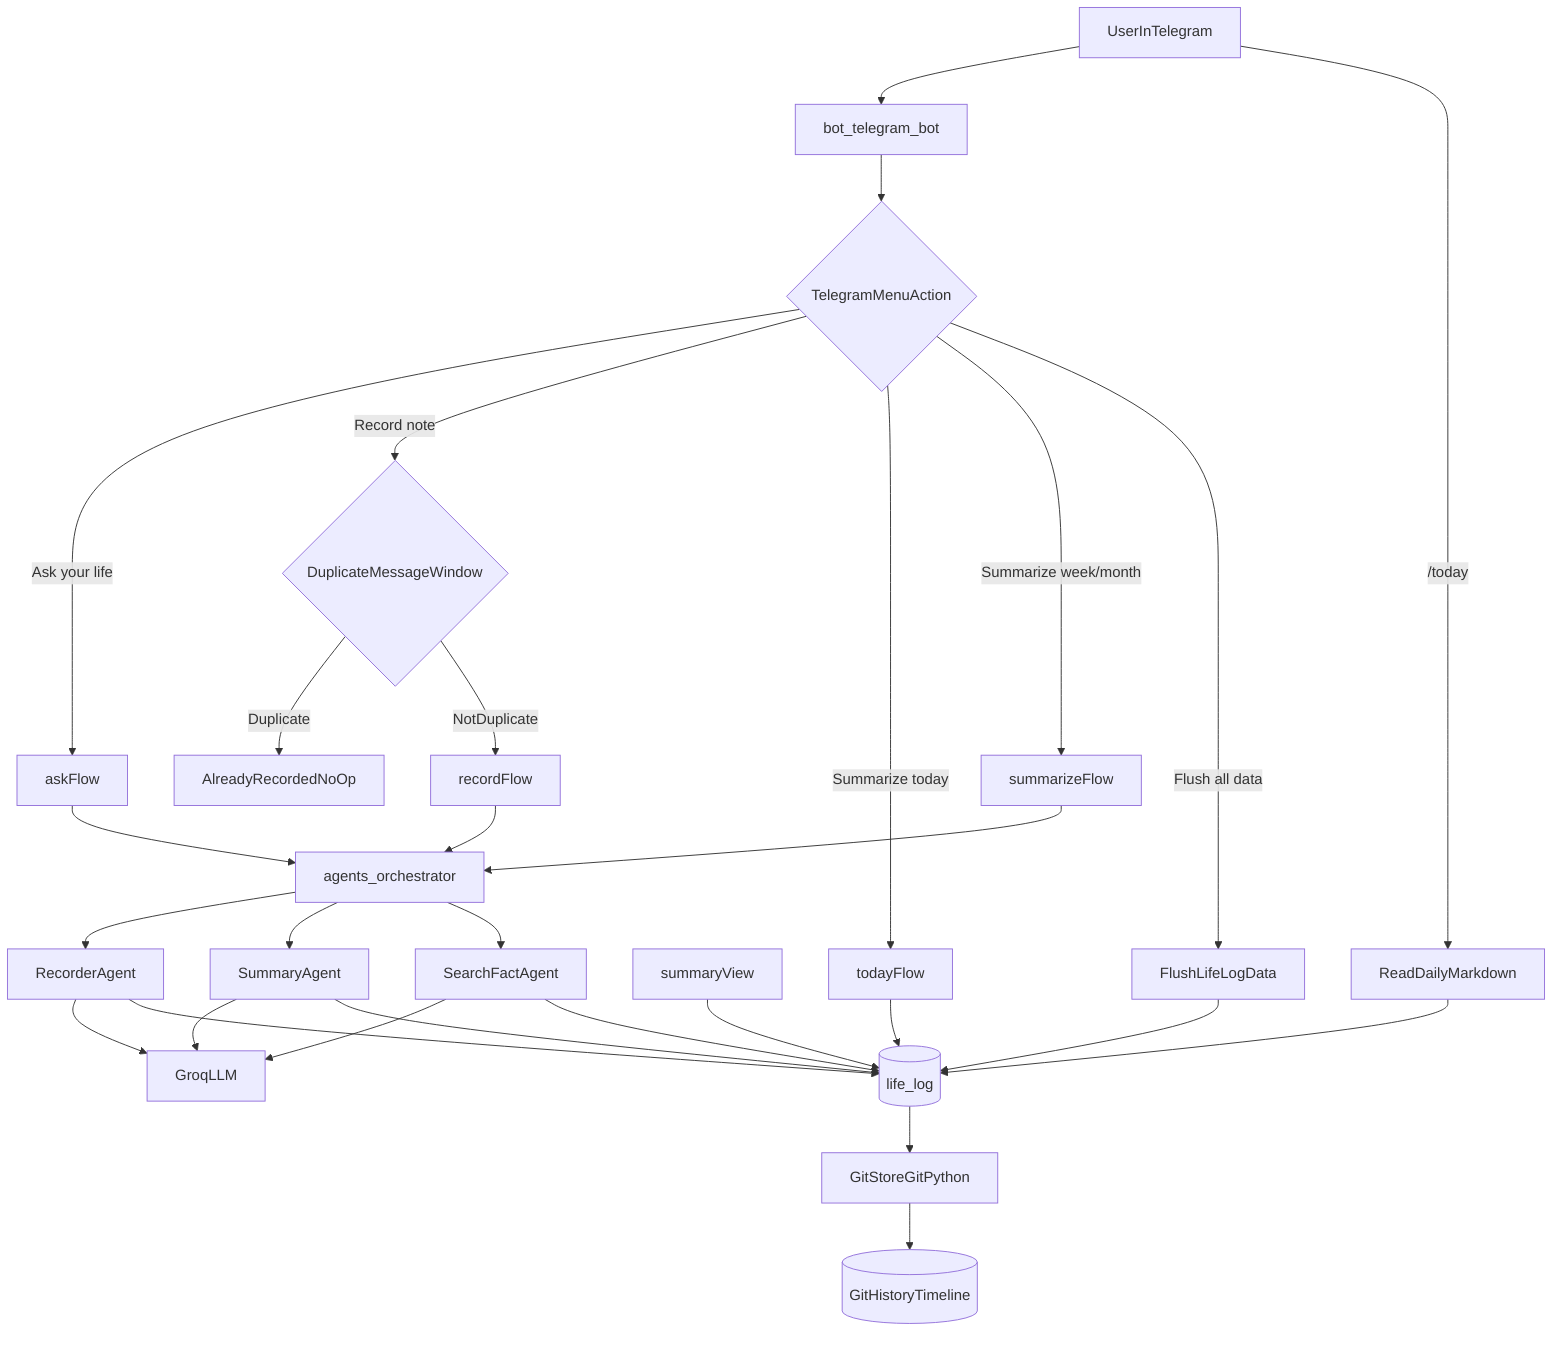
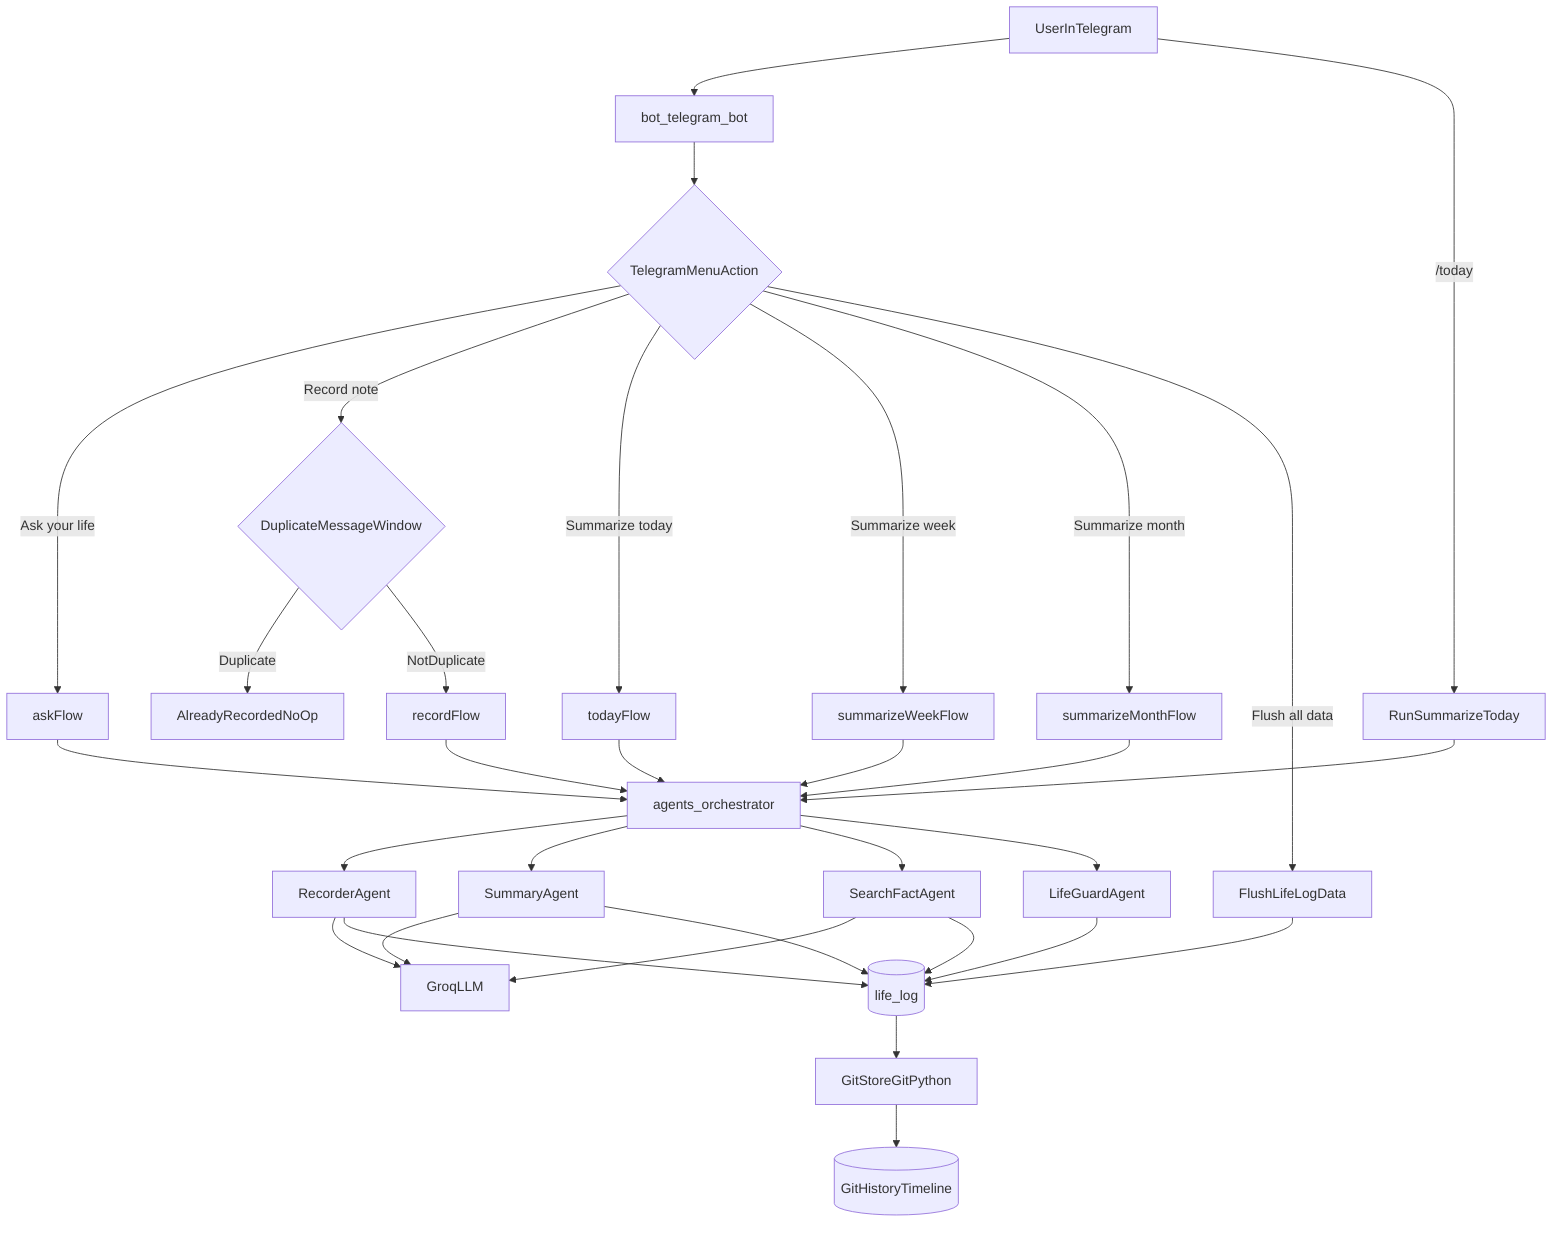
flowchart TD
  tgUser[UserInTelegram] --> tg[bot_telegram_bot]
  tg --> tgNav{TelegramMenuAction}
-   tgUser -->|/today| dailyView[ReadDailyMarkdown]
+   tgUser -->|/today| todayCmd[RunSummarizeToday]
  tgNav -->|Ask your life| askFlow
  tgNav -->|Record note| dedupe{DuplicateMessageWindow}
  dedupe -->|Duplicate| dedupeReturn[AlreadyRecordedNoOp]
  dedupe -->|NotDuplicate| recordFlow
  tgNav -->|Summarize today| todayFlow
-   tgNav -->|Summarize week/month| summarizeFlow
+   tgNav -->|Summarize week| summarizeWeekFlow
+   tgNav -->|Summarize month| summarizeMonthFlow
  tgNav -->|Flush all data| flushFlow[FlushLifeLogData]

-   dailyView --> storage[(life_log)]
-   summaryView --> storage
-   todayFlow --> storage
+   todayCmd --> orchestrator
  flushFlow --> storage

  askFlow --> orchestrator[agents_orchestrator]
  recordFlow --> orchestrator
-   summarizeFlow --> orchestrator
+   todayFlow --> orchestrator
+   summarizeWeekFlow --> orchestrator
+   summarizeMonthFlow --> orchestrator

  orchestrator --> recorder[RecorderAgent]
  orchestrator --> summary[SummaryAgent]
  orchestrator --> search[SearchFactAgent]
+   orchestrator --> lifeguard[LifeGuardAgent]

  recorder --> groq[GroqLLM]
  summary --> groq
  search --> groq

-   recorder --> storage
+   recorder --> storage[(life_log)]
  summary --> storage
  search --> storage
+   lifeguard --> storage

  storage --> git[GitStoreGitPython]
  git --> history[(GitHistoryTimeline)]
